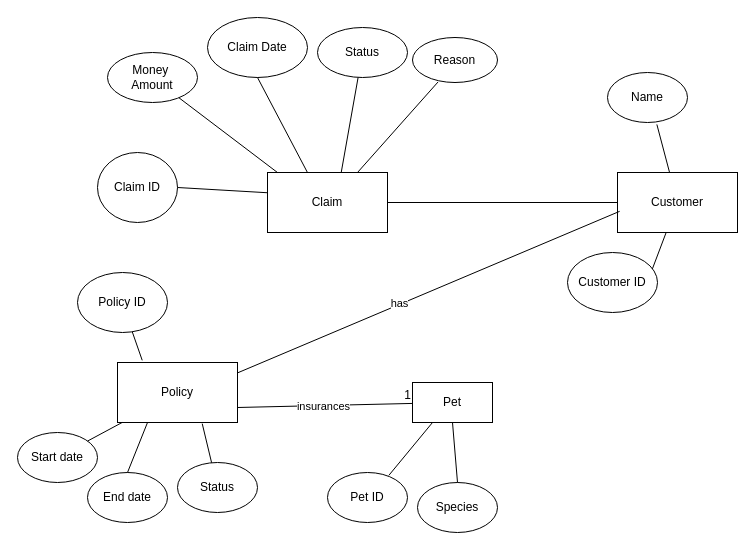
The draw.io diagram Pettify_Data.drawio in Eniseus/pettify_insurance, before the edit. Source tidied: cells renumbered, new cells numbered last; positions are measured from the earlier drawing's top-left corner, leaving out a move shared by most shapes. Both pictures are drawn from the tidied source at 100%, with x=0, y=0 at pixel (17, 17).
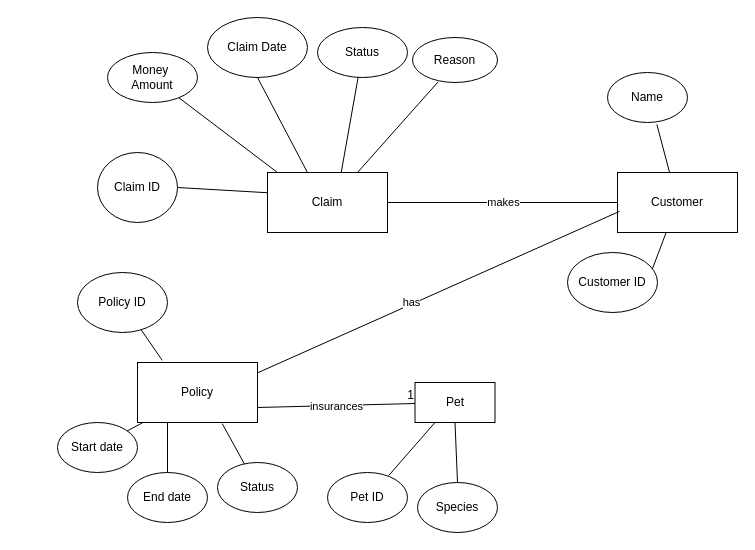
Above is the later version.

Unchanged cells that the change refers to:
```xml
<mxCell id="8" style="endArrow=none;html=1;rounded=0;" parent="1" edge="1" source="2" target="3">
  <mxGeometry relative="1" as="geometry" />
</mxCell>
```

What changed in the source:
```diff
@@
     <mxCell id="7" value="Pet" style="rounded=0;whiteSpace=wrap;html=1;" parent="1" vertex="1">
-      <mxGeometry x="395" y="365" width="80" height="40" as="geometry" />
+      <mxGeometry x="397.5" y="365" width="80" height="40" as="geometry" />
     </mxCell>
@@
+    <mxCell id="38" value="makes" style="edgeLabel;html=1;align=center;verticalAlign=middle;" parent="8" vertex="1">
+      <mxGeometry y="1" relative="1" as="geometry" />
+    </mxCell>
@@
     <mxCell id="12" value="Policy" style="rounded=0;whiteSpace=wrap;html=1;" parent="1" vertex="1">
-      <mxGeometry x="100" y="345" width="120" height="60" as="geometry" />
+      <mxGeometry x="120" y="345" width="120" height="60" as="geometry" />
     </mxCell>
@@
     <mxCell id="30" value="Start date" style="ellipse;whiteSpace=wrap;html=1;" parent="1" vertex="1">
-      <mxGeometry y="415" width="80" height="50" as="geometry" />
+      <mxGeometry x="40" y="405" width="80" height="50" as="geometry" />
     </mxCell>
     <mxCell id="31" value="End date" style="ellipse;whiteSpace=wrap;html=1;" parent="1" vertex="1">
-      <mxGeometry x="70" y="455" width="80" height="50" as="geometry" />
+      <mxGeometry x="110" y="455" width="80" height="50" as="geometry" />
     </mxCell>
     <mxCell id="32" value="Status" style="ellipse;whiteSpace=wrap;html=1;" parent="1" vertex="1">
-      <mxGeometry x="160" y="445" width="80" height="50" as="geometry" />
+      <mxGeometry x="200" y="445" width="80" height="50" as="geometry" />
     </mxCell>
```
